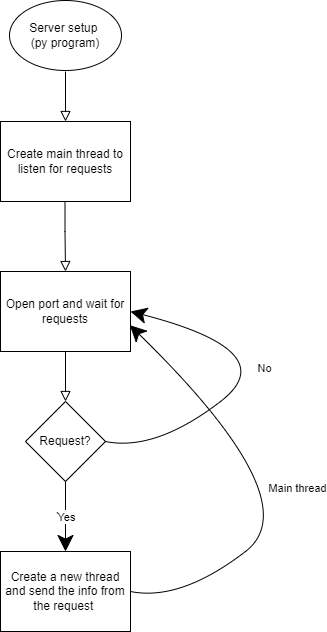
Earlier version of the draw.io export CS484_proj2_flowchart.png (cd2323/hello-world). Source tidied: cells renumbered, new cells last; positions are measured from the earlier drawing's top-left corner, leaving out a move shared by most shapes.
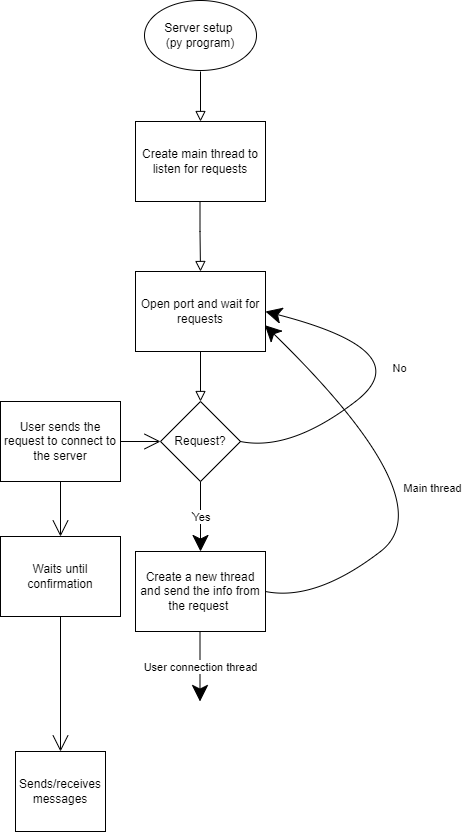
After the change.

What changed in the source:
```diff
@@ -84,5 +84,34 @@
     <mxCell id="18" value="Main thread" style="edgeLabel;html=1;align=center;verticalAlign=middle;hachureGap=4;" parent="17" vertex="1">
       <mxGeometry relative="1" as="geometry" />
     </mxCell>
+    <mxCell id="19" value="Yes" style="endArrow=classic;html=1;rounded=0;startSize=14;endSize=14;sourcePerimeterSpacing=8;targetPerimeterSpacing=8;curved=1;exitX=0.5;exitY=1;exitDx=0;exitDy=0;" parent="1" edge="1">
+      <mxGeometry relative="1" as="geometry">
+        <mxPoint x="64.5" y="631" as="sourcePoint" />
+        <mxPoint x="64.5" y="701" as="targetPoint" />
+      </mxGeometry>
+    </mxCell>
+    <mxCell id="20" value="User connection thread" style="edgeLabel;html=1;align=center;verticalAlign=middle;hachureGap=4;" parent="19" vertex="1">
+      <mxGeometry relative="1" as="geometry" />
+    </mxCell>
+    <mxCell id="21" value="User sends the request to connect to the server" style="rounded=0;whiteSpace=wrap;html=1;hachureGap=4;" parent="1" vertex="1">
+      <mxGeometry x="-135" y="401" width="120" height="80" as="geometry" />
+    </mxCell>
+    <mxCell id="22" style="edgeStyle=none;jettySize=auto;html=1;rounded=0;endArrow=open;startSize=14;endSize=14;sourcePerimeterSpacing=8;targetPerimeterSpacing=8;curved=1;entryX=0;entryY=0.5;entryDx=0;entryDy=0;exitX=1;exitY=0.5;exitDx=0;exitDy=0;" parent="1" edge="1" source="21" target="10">
+      <mxGeometry relative="1" as="geometry" />
+    </mxCell>
+    <mxCell id="23" value="Waits until confirmation" style="rounded=0;whiteSpace=wrap;html=1;hachureGap=4;" parent="1" vertex="1">
+      <mxGeometry x="-135" y="536" width="120" height="80" as="geometry" />
+    </mxCell>
+    <mxCell id="24" style="edgeStyle=none;jettySize=auto;html=1;rounded=0;endArrow=open;startSize=14;endSize=14;sourcePerimeterSpacing=8;targetPerimeterSpacing=8;curved=1;exitX=0.5;exitY=1;exitDx=0;exitDy=0;entryX=0.5;entryY=0;entryDx=0;entryDy=0;" parent="1" edge="1" source="21" target="23">
+      <mxGeometry relative="1" as="geometry" />
+    </mxCell>
+    <mxCell id="25" style="edgeStyle=none;jettySize=auto;html=1;rounded=0;endArrow=open;startSize=14;endSize=14;sourcePerimeterSpacing=8;targetPerimeterSpacing=8;curved=1;exitX=0.5;exitY=1;exitDx=0;exitDy=0;" parent="1" edge="1" source="23">
+      <mxGeometry relative="1" as="geometry">
+        <mxPoint x="-75" y="751" as="targetPoint" />
+      </mxGeometry>
+    </mxCell>
+    <mxCell id="26" value="Sends/receives messages" style="rounded=0;whiteSpace=wrap;html=1;hachureGap=4;" parent="1" vertex="1">
+      <mxGeometry x="-120" y="751" width="90" height="80" as="geometry" />
+    </mxCell>
   </root>
 </mxGraphModel>
```
